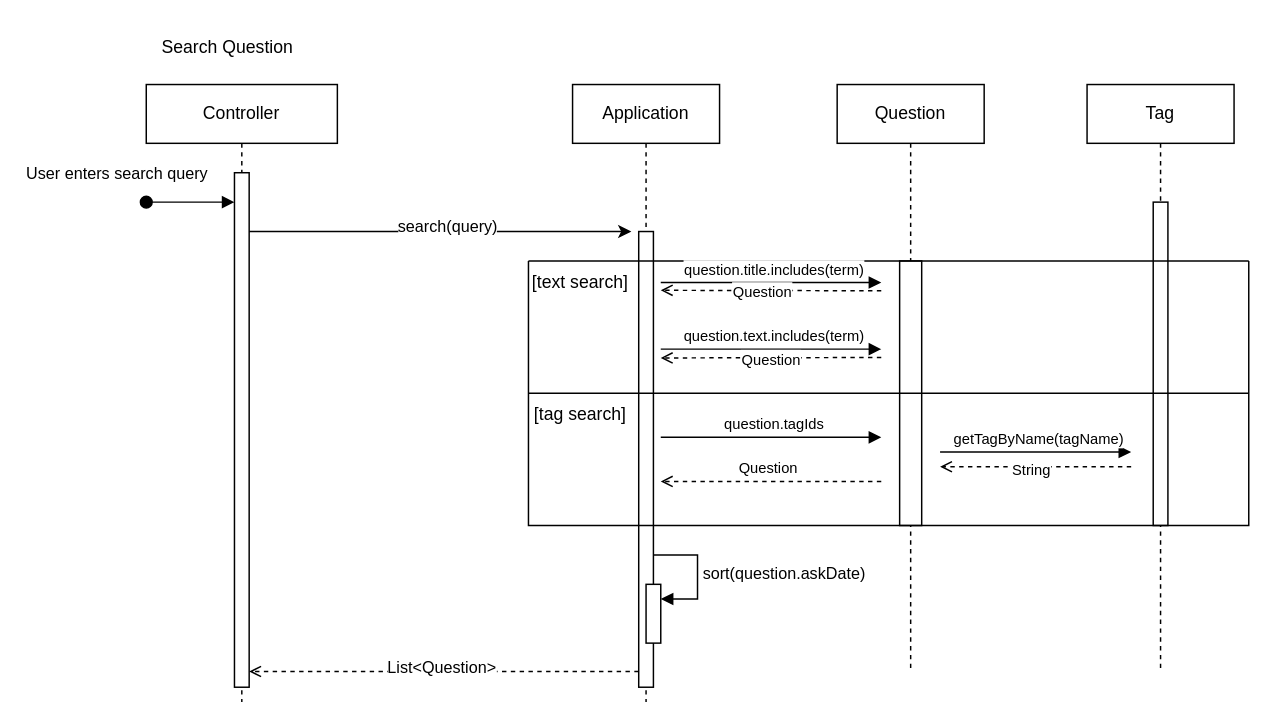
Earlier version of the draw.io diagram page "searchQuestion" (10 of 19) of design/FakeStackOverflow.drawio (malhar212/stackoverflow-clone). Source tidied: cells renumbered, new cells numbered last; positions are measured from the earlier drawing's top-left corner, leaving out a move shared by most shapes. Both pictures are drawn from the tidied source at 147%, with x=0, y=0 at pixel (146, 25).
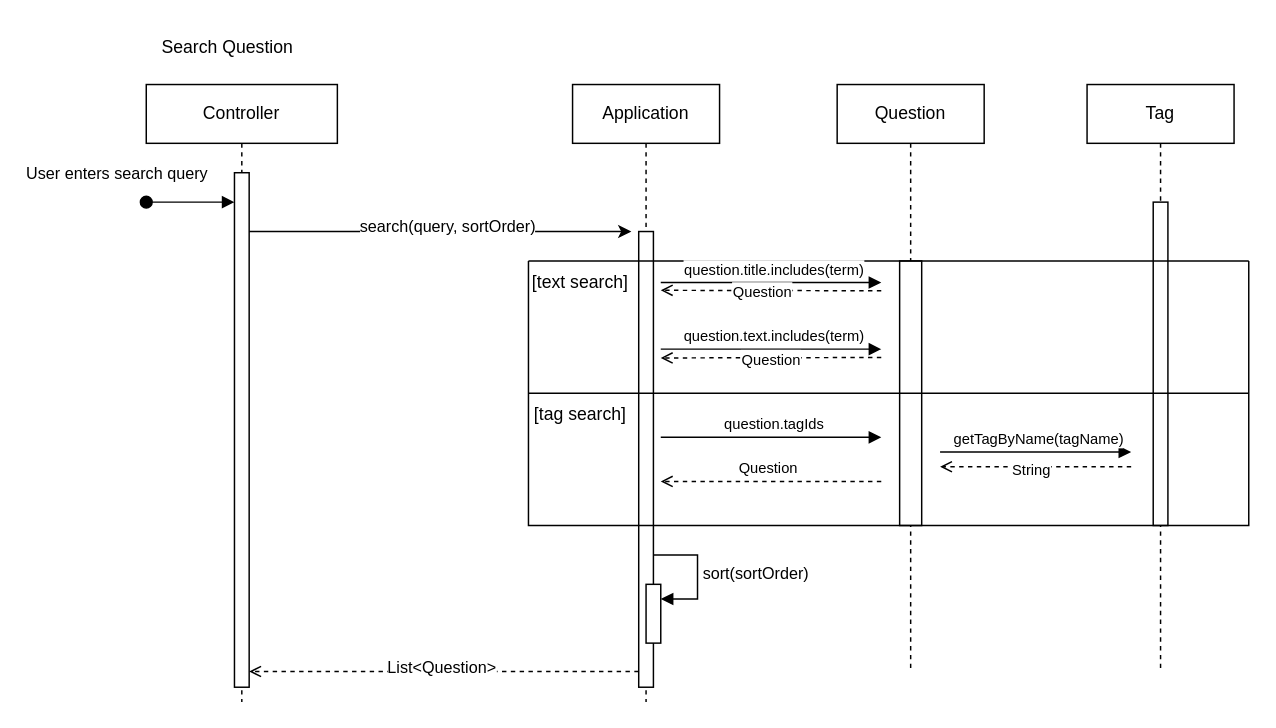
Above is the later version.

Commit message:
Update sequence diagram for search functionality

The change refers to these unchanged cells:
```xml
<mxCell id="2" value="Application" style="shape=umlLifeline;perimeter=lifelinePerimeter;whiteSpace=wrap;html=1;newEdgeStyle={&quot;edgeStyle&quot;:&quot;elbowEdgeStyle&quot;,&quot;elbow&quot;:&quot;vertical&quot;,&quot;curved&quot;:0,&quot;rounded&quot;:0};" parent="1" vertex="1">
  <mxGeometry x="290" y="40" width="100" height="420" as="geometry" />
</mxCell>
<mxCell id="4" style="html=1;points=[[0,0,0,0,5],[0,1,0,0,-5],[1,0,0,0,5],[1,1,0,0,-5]];perimeter=orthogonalPerimeter;outlineConnect=0;targetShapes=umlLifeline;portConstraint=eastwest;newEdgeStyle={&quot;curved&quot;:0,&quot;rounded&quot;:0};" parent="2" vertex="1">
  <mxGeometry x="50" y="340" width="10" height="40" as="geometry" />
</mxCell>
<mxCell id="10" style="edgeStyle=elbowEdgeStyle;rounded=0;jettySize=auto;html=1;elbow=vertical;curved=0;" parent="1" edge="1" source="9">
  <mxGeometry relative="1" as="geometry">
    <mxPoint x="330" y="140" as="targetPoint" />
    <Array as="points">
      <mxPoint x="260" y="140" />
    </Array>
  </mxGeometry>
</mxCell>
```

Change to the diagram source:
```diff
@@
-    <mxCell id="5" value="sort(question.askDate)" style="html=1;align=left;spacingLeft=2;endArrow=block;rounded=0;edgeStyle=orthogonalEdgeStyle;curved=0;rounded=0;" parent="2" edge="1" target="4">
+    <mxCell id="5" value="sort(sortOrder)" style="html=1;align=left;spacingLeft=2;endArrow=block;rounded=0;edgeStyle=orthogonalEdgeStyle;curved=0;rounded=0;" parent="2" edge="1" target="4">
       <mxGeometry relative="1" as="geometry">
         <mxPoint x="55" y="320" as="sourcePoint" />
         <Array as="points">
           <mxPoint x="85" y="350" />
         </Array>
       </mxGeometry>
     </mxCell>
@@
-    <mxCell id="11" value="search(query)" style="edgeLabel;html=1;align=center;verticalAlign=middle;" parent="10" vertex="1">
+    <mxCell id="11" value="search(query,&amp;nbsp;sortOrder)" style="edgeLabel;html=1;align=center;verticalAlign=middle;" parent="10" vertex="1">
       <mxGeometry x="0.03" y="4" relative="1" as="geometry" />
     </mxCell>
```
